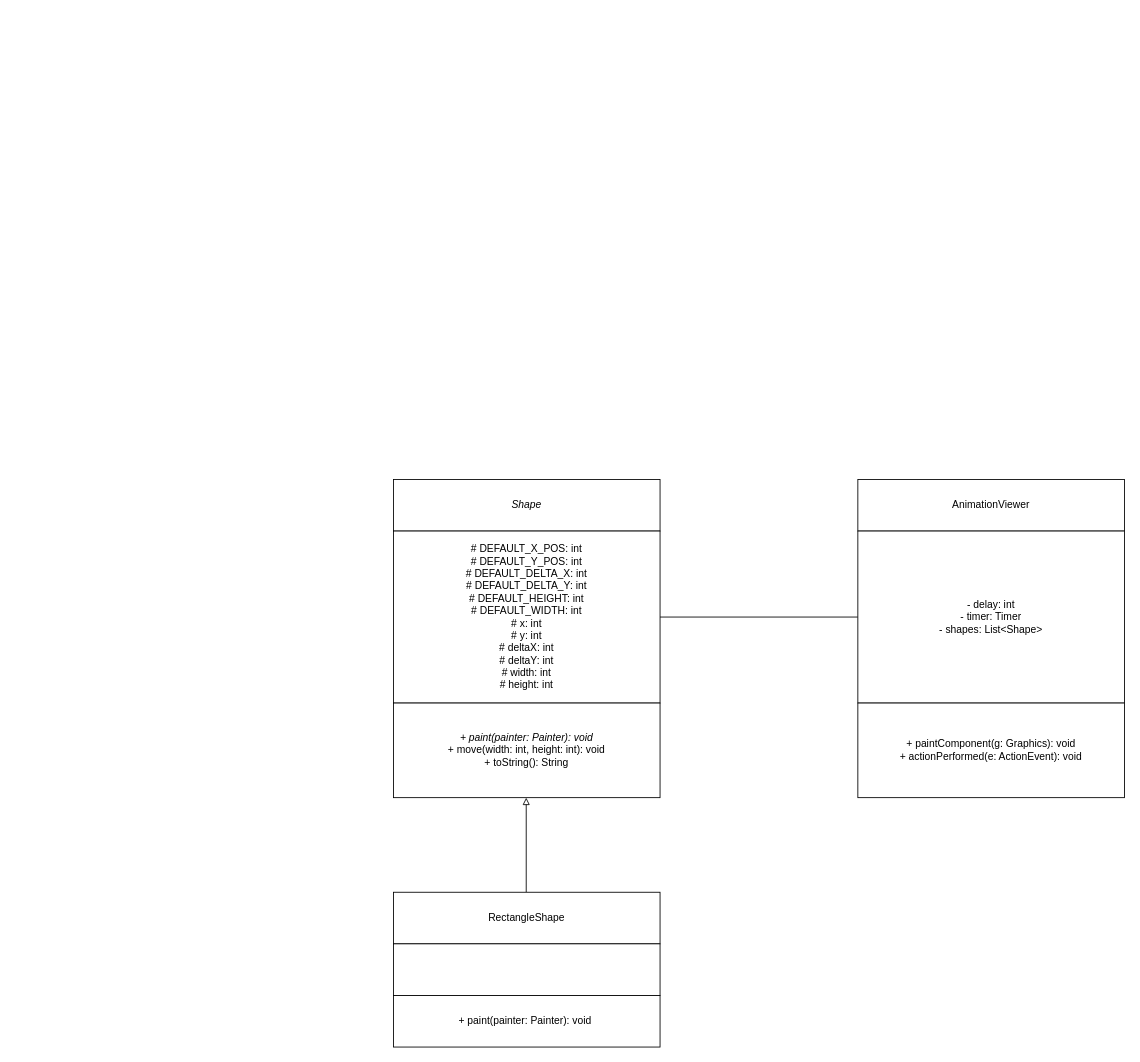
The draw.io diagram UML for Bounce Project.drawio in ben-porteous/CompSci718-Miscellaneous, before the edit. Source tidied: cells renumbered, new cells numbered last; positions are measured from the earlier drawing's top-left corner, leaving out a move shared by most shapes. Both pictures are drawn from the tidied source at 86%, with x=0, y=0 at pixel (393, 479).
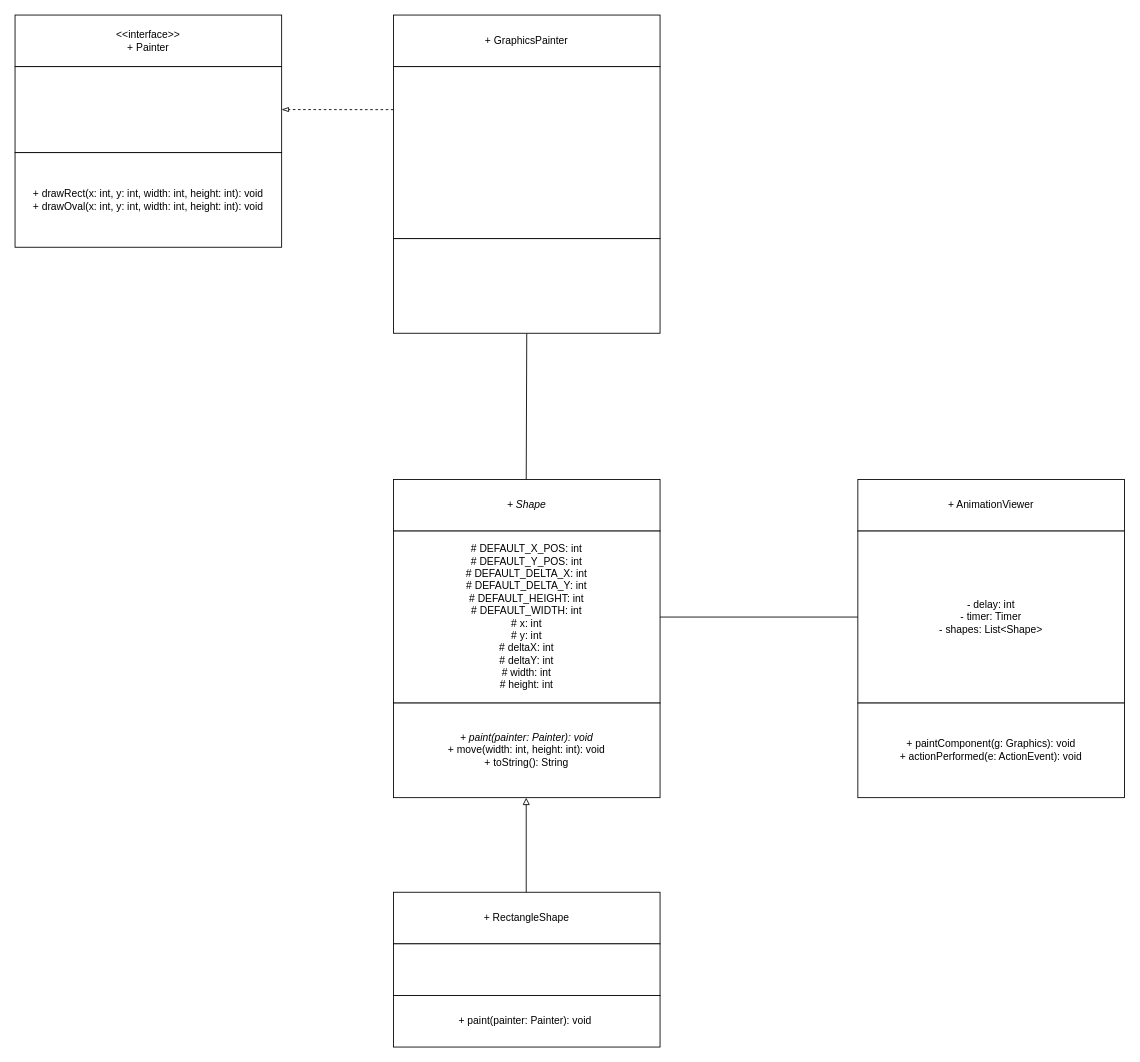
The same diagram, later.

Commit message:
Update UML for Bounce Project - added Painter Interface.drawio

What changed in the source:
```diff
@@
-    <mxCell id="2" value="&lt;i&gt;Shape&lt;/i&gt;" style="rounded=0;whiteSpace=wrap;html=1;" parent="1" vertex="1">
+    <mxCell id="2" value="&lt;i&gt;+ Shape&lt;/i&gt;" style="rounded=0;whiteSpace=wrap;html=1;" parent="1" vertex="1">
       <mxGeometry width="310" height="60" as="geometry" />
     </mxCell>
@@
-    <mxCell id="6" value="RectangleShape" style="rounded=0;whiteSpace=wrap;html=1;" parent="1" vertex="1">
+    <mxCell id="6" value="+ RectangleShape" style="rounded=0;whiteSpace=wrap;html=1;" parent="1" vertex="1">
       <mxGeometry y="480" width="310" height="60" as="geometry" />
     </mxCell>
@@
-    <mxCell id="10" value="AnimationViewer" style="rounded=0;whiteSpace=wrap;html=1;" parent="1" vertex="1">
+    <mxCell id="10" value="+ AnimationViewer" style="rounded=0;whiteSpace=wrap;html=1;" parent="1" vertex="1">
       <mxGeometry x="540" width="310" height="60" as="geometry" />
     </mxCell>
@@
+    <mxCell id="13" style="endArrow=none;html=1;rounded=0;entryX=0.5;entryY=1;entryDx=0;entryDy=0;" parent="1" edge="1" target="16">
+      <mxGeometry relative="1" as="geometry">
+        <mxPoint x="154.4" as="sourcePoint" />
+      </mxGeometry>
+    </mxCell>
+    <mxCell id="14" value="+ GraphicsPainter" style="rounded=0;whiteSpace=wrap;html=1;" parent="1" vertex="1">
+      <mxGeometry y="-540" width="310" height="60" as="geometry" />
+    </mxCell>
+    <mxCell id="15" style="rounded=0;whiteSpace=wrap;html=1;" parent="1" vertex="1">
+      <mxGeometry y="-480" width="310" height="200" as="geometry" />
+    </mxCell>
+    <mxCell id="16" style="rounded=0;whiteSpace=wrap;html=1;" parent="1" vertex="1">
+      <mxGeometry y="-280" width="310" height="110" as="geometry" />
+    </mxCell>
+    <mxCell id="17" value="&lt;div&gt;&amp;lt;&amp;lt;interface&amp;gt;&amp;gt;&lt;/div&gt;+ Painter" style="rounded=0;whiteSpace=wrap;html=1;" parent="1" vertex="1">
+      <mxGeometry x="-440" y="-540" width="310" height="60" as="geometry" />
+    </mxCell>
+    <mxCell id="18" style="rounded=0;whiteSpace=wrap;html=1;" parent="1" vertex="1">
+      <mxGeometry x="-440" y="-480" width="310" height="100" as="geometry" />
+    </mxCell>
+    <mxCell id="19" value="+ drawRect(x: int, y: int, width: int, height: int): void&lt;div&gt;+ drawOval(x: int, y: int, width: int, height: int): void&lt;br&gt;&lt;/div&gt;" style="rounded=0;whiteSpace=wrap;html=1;" parent="1" vertex="1">
+      <mxGeometry x="-440" y="-380" width="310" height="110" as="geometry" />
+    </mxCell>
+    <mxCell id="20" style="endArrow=blockThin;dashed=1;html=1;rounded=0;entryX=-0.001;entryY=0.306;entryDx=0;entryDy=0;entryPerimeter=0;endFill=0;" parent="1" edge="1">
+      <mxGeometry relative="1" as="geometry">
+        <mxPoint y="-430" as="sourcePoint" />
+        <mxPoint x="-130" y="-430.1" as="targetPoint" />
+      </mxGeometry>
+    </mxCell>
```
